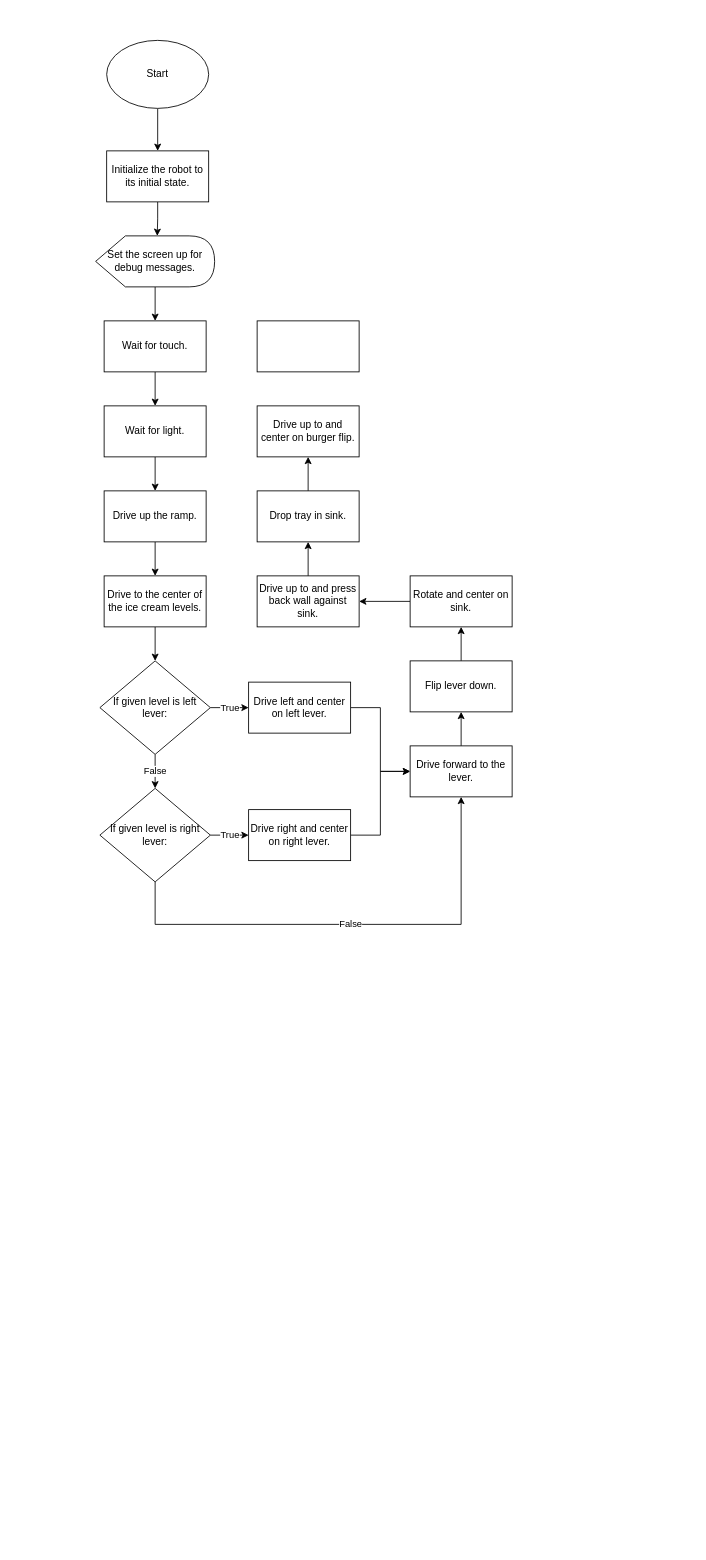
DanielRihm/FEH-Robot keeps this draw.io diagram as APP/codeRep.drawio.xml. Above is the earlier version. Source tidied: cells renumbered, new cells numbered last; positions are measured from the earlier drawing's top-left corner, leaving out a move shared by most shapes. Both pictures are drawn from the tidied source at 85%, with x=0, y=0 at pixel (95, 40).
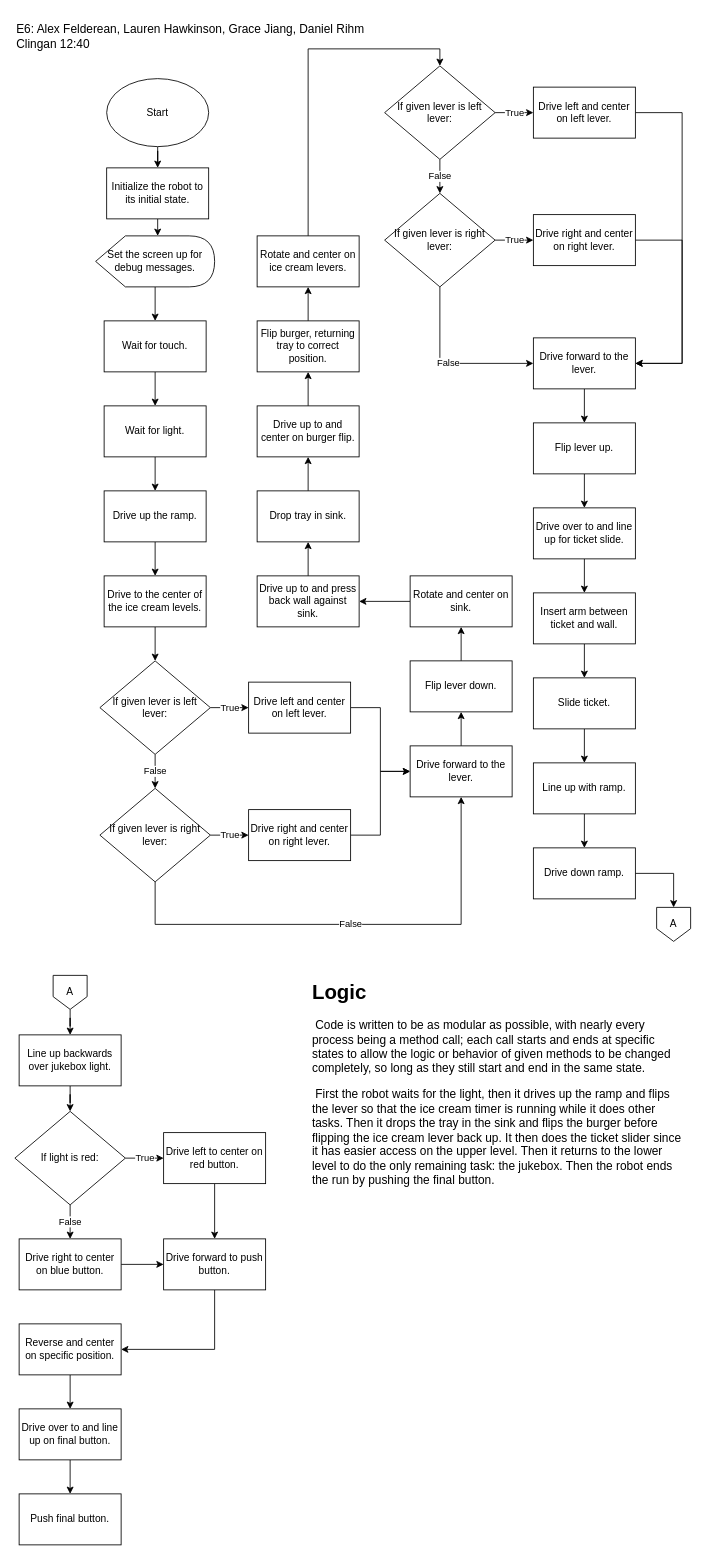
The same diagram, later.

Unchanged cells that the change refers to:
```xml
<mxCell id="36" value="Drive up to and center on burger flip." style="rounded=0;whiteSpace=wrap;html=1;" parent="1" vertex="1">
  <mxGeometry x="190" y="430" width="120" height="60" as="geometry" />
</mxCell>
```

Diff of the diagram source:
```diff
@@
     <mxCell id="3" value="Start" style="ellipse;whiteSpace=wrap;html=1;" parent="1" vertex="1">
-      <mxGeometry x="13" width="120" height="80" as="geometry" />
+      <mxGeometry x="13" y="45" width="120" height="80" as="geometry" />
     </mxCell>
@@
     <mxCell id="5" value="Initialize the robot to its initial state." style="rounded=0;whiteSpace=wrap;html=1;" parent="1" vertex="1">
-      <mxGeometry x="13" y="130" width="120" height="60" as="geometry" />
+      <mxGeometry x="13" y="150" width="120" height="60" as="geometry" />
     </mxCell>
@@
-    <mxCell id="18" value="If given level is left lever:" style="rhombus;whiteSpace=wrap;html=1;" parent="1" vertex="1">
+    <mxCell id="18" value="If given lever is left lever:" style="rhombus;whiteSpace=wrap;html=1;" parent="1" vertex="1">
       <mxGeometry x="5" y="730" width="130" height="110" as="geometry" />
     </mxCell>
@@
-    <mxCell id="21" value="If given level is right lever:" style="rhombus;whiteSpace=wrap;html=1;" parent="1" vertex="1">
+    <mxCell id="21" value="If given lever is right lever:" style="rhombus;whiteSpace=wrap;html=1;" parent="1" vertex="1">
       <mxGeometry x="5" y="880" width="130" height="110" as="geometry" />
     </mxCell>
@@
+    <mxCell id="38" style="edgeStyle=orthogonalEdgeStyle;rounded=0;jettySize=auto;html=1;entryX=0.5;entryY=1;entryDx=0;entryDy=0;" parent="1" edge="1" source="36" target="37">
+      <mxGeometry relative="1" as="geometry" />
+    </mxCell>
@@
+    <mxCell id="39" style="edgeStyle=orthogonalEdgeStyle;rounded=0;jettySize=auto;html=1;entryX=0.5;entryY=1;entryDx=0;entryDy=0;" parent="1" edge="1" source="37" target="41">
+      <mxGeometry relative="1" as="geometry" />
+    </mxCell>
-    <mxCell id="37" style="rounded=0;whiteSpace=wrap;html=1;" parent="1" vertex="1">
+    <mxCell id="37" value="Flip burger, returning tray to correct position." style="rounded=0;whiteSpace=wrap;html=1;" parent="1" vertex="1">
       <mxGeometry x="190" y="330" width="120" height="60" as="geometry" />
     </mxCell>
+    <mxCell id="40" style="edgeStyle=orthogonalEdgeStyle;rounded=0;jettySize=auto;html=1;entryX=0.5;entryY=0;entryDx=0;entryDy=0;" parent="1" edge="1" source="41" target="44">
+      <mxGeometry relative="1" as="geometry">
+        <Array as="points">
+          <mxPoint x="250" y="10" />
+          <mxPoint x="405" y="10" />
+        </Array>
+      </mxGeometry>
+    </mxCell>
+    <mxCell id="41" value="Rotate and center on ice cream levers." style="rounded=0;whiteSpace=wrap;html=1;" parent="1" vertex="1">
+      <mxGeometry x="190" y="230" width="120" height="60" as="geometry" />
+    </mxCell>
+    <mxCell id="42" value="False" style="edgeStyle=orthogonalEdgeStyle;rounded=0;jettySize=auto;html=1;entryX=0.5;entryY=0;entryDx=0;entryDy=0;" parent="1" edge="1" source="44" target="47">
+      <mxGeometry relative="1" as="geometry" />
+    </mxCell>
+    <mxCell id="43" value="True" style="edgeStyle=orthogonalEdgeStyle;rounded=0;jettySize=auto;html=1;entryX=0;entryY=0.5;entryDx=0;entryDy=0;" parent="1" edge="1" source="44" target="49">
+      <mxGeometry relative="1" as="geometry" />
+    </mxCell>
+    <mxCell id="44" value="If given lever is left lever:" style="rhombus;whiteSpace=wrap;html=1;" parent="1" vertex="1">
+      <mxGeometry x="340" y="30" width="130" height="110" as="geometry" />
+    </mxCell>
+    <mxCell id="45" value="True" style="edgeStyle=orthogonalEdgeStyle;rounded=0;jettySize=auto;html=1;entryX=0;entryY=0.5;entryDx=0;entryDy=0;" parent="1" edge="1" source="47" target="51">
+      <mxGeometry relative="1" as="geometry" />
+    </mxCell>
+    <mxCell id="46" value="False" style="edgeStyle=orthogonalEdgeStyle;rounded=0;jettySize=auto;html=1;entryX=0;entryY=0.5;entryDx=0;entryDy=0;" parent="1" edge="1" source="47" target="53">
+      <mxGeometry relative="1" as="geometry">
+        <Array as="points">
+          <mxPoint x="405" y="380" />
+        </Array>
+      </mxGeometry>
+    </mxCell>
+    <mxCell id="47" value="If given lever is right lever:" style="rhombus;whiteSpace=wrap;html=1;" parent="1" vertex="1">
+      <mxGeometry x="340" y="180" width="130" height="110" as="geometry" />
+    </mxCell>
+    <mxCell id="48" style="edgeStyle=orthogonalEdgeStyle;rounded=0;jettySize=auto;html=1;entryX=1;entryY=0.5;entryDx=0;entryDy=0;" parent="1" edge="1" source="49" target="53">
+      <mxGeometry relative="1" as="geometry">
+        <Array as="points">
+          <mxPoint x="690" y="85" />
+          <mxPoint x="690" y="380" />
+        </Array>
+      </mxGeometry>
+    </mxCell>
+    <mxCell id="49" value="Drive left and center on left lever." style="rounded=0;whiteSpace=wrap;html=1;" parent="1" vertex="1">
+      <mxGeometry x="515" y="55" width="120" height="60" as="geometry" />
+    </mxCell>
+    <mxCell id="50" style="edgeStyle=orthogonalEdgeStyle;rounded=0;jettySize=auto;html=1;entryX=1;entryY=0.5;entryDx=0;entryDy=0;" parent="1" edge="1" source="51" target="53">
+      <mxGeometry relative="1" as="geometry">
+        <Array as="points">
+          <mxPoint x="690" y="235" />
+          <mxPoint x="690" y="380" />
+        </Array>
+      </mxGeometry>
+    </mxCell>
+    <mxCell id="51" value="Drive right and center on right lever." style="rounded=0;whiteSpace=wrap;html=1;" parent="1" vertex="1">
+      <mxGeometry x="515" y="205" width="120" height="60" as="geometry" />
+    </mxCell>
+    <mxCell id="52" style="edgeStyle=orthogonalEdgeStyle;rounded=0;jettySize=auto;html=1;entryX=0.5;entryY=0;entryDx=0;entryDy=0;" parent="1" edge="1" source="53" target="55">
+      <mxGeometry relative="1" as="geometry" />
+    </mxCell>
+    <mxCell id="53" value="Drive forward to the lever." style="rounded=0;whiteSpace=wrap;html=1;" parent="1" vertex="1">
+      <mxGeometry x="515" y="350" width="120" height="60" as="geometry" />
+    </mxCell>
+    <mxCell id="54" style="edgeStyle=orthogonalEdgeStyle;rounded=0;jettySize=auto;html=1;entryX=0.5;entryY=0;entryDx=0;entryDy=0;" parent="1" edge="1" source="55" target="57">
+      <mxGeometry relative="1" as="geometry" />
+    </mxCell>
+    <mxCell id="55" value="Flip lever up." style="rounded=0;whiteSpace=wrap;html=1;" parent="1" vertex="1">
+      <mxGeometry x="515" y="450" width="120" height="60" as="geometry" />
+    </mxCell>
+    <mxCell id="56" style="edgeStyle=orthogonalEdgeStyle;rounded=0;jettySize=auto;html=1;entryX=0.5;entryY=0;entryDx=0;entryDy=0;" parent="1" edge="1" source="57" target="59">
+      <mxGeometry relative="1" as="geometry" />
+    </mxCell>
+    <mxCell id="57" value="Drive over to and line up for ticket slide." style="rounded=0;whiteSpace=wrap;html=1;" parent="1" vertex="1">
+      <mxGeometry x="515" y="550" width="120" height="60" as="geometry" />
+    </mxCell>
+    <mxCell id="58" style="edgeStyle=orthogonalEdgeStyle;rounded=0;jettySize=auto;html=1;entryX=0.5;entryY=0;entryDx=0;entryDy=0;" parent="1" edge="1" source="59" target="61">
+      <mxGeometry relative="1" as="geometry" />
+    </mxCell>
+    <mxCell id="59" value="Insert arm between ticket and wall." style="rounded=0;whiteSpace=wrap;html=1;" parent="1" vertex="1">
+      <mxGeometry x="515" y="650" width="120" height="60" as="geometry" />
+    </mxCell>
+    <mxCell id="60" style="edgeStyle=orthogonalEdgeStyle;rounded=0;jettySize=auto;html=1;entryX=0.5;entryY=0;entryDx=0;entryDy=0;" parent="1" edge="1" source="61" target="63">
+      <mxGeometry relative="1" as="geometry" />
+    </mxCell>
+    <mxCell id="61" value="Slide ticket." style="rounded=0;whiteSpace=wrap;html=1;" parent="1" vertex="1">
+      <mxGeometry x="515" y="750" width="120" height="60" as="geometry" />
+    </mxCell>
+    <mxCell id="62" style="edgeStyle=orthogonalEdgeStyle;rounded=0;jettySize=auto;html=1;entryX=0.5;entryY=0;entryDx=0;entryDy=0;" parent="1" edge="1" source="63" target="65">
+      <mxGeometry relative="1" as="geometry" />
+    </mxCell>
+    <mxCell id="63" value="Line up with ramp." style="rounded=0;whiteSpace=wrap;html=1;" parent="1" vertex="1">
+      <mxGeometry x="515" y="850" width="120" height="60" as="geometry" />
+    </mxCell>
+    <mxCell id="64" style="edgeStyle=orthogonalEdgeStyle;rounded=0;jettySize=auto;html=1;entryX=0.5;entryY=0;entryDx=0;entryDy=0;" parent="1" edge="1" source="65" target="66">
+      <mxGeometry relative="1" as="geometry" />
+    </mxCell>
+    <mxCell id="65" value="Drive down ramp." style="rounded=0;whiteSpace=wrap;html=1;" parent="1" vertex="1">
+      <mxGeometry x="515" y="950" width="120" height="60" as="geometry" />
+    </mxCell>
+    <mxCell id="66" value="A" style="shape=offPageConnector;whiteSpace=wrap;html=1;" parent="1" vertex="1">
+      <mxGeometry x="660" y="1020" width="40" height="40" as="geometry" />
+    </mxCell>
+    <mxCell id="67" style="edgeStyle=orthogonalEdgeStyle;rounded=0;jettySize=auto;html=1;entryX=0.5;entryY=0;entryDx=0;entryDy=0;" parent="1" edge="1" source="68" target="70">
+      <mxGeometry relative="1" as="geometry" />
+    </mxCell>
+    <mxCell id="68" value="A" style="shape=offPageConnector;whiteSpace=wrap;html=1;" parent="1" vertex="1">
+      <mxGeometry x="-50" y="1100" width="40" height="40" as="geometry" />
+    </mxCell>
+    <mxCell id="69" style="edgeStyle=orthogonalEdgeStyle;rounded=0;jettySize=auto;html=1;entryX=0.5;entryY=0;entryDx=0;entryDy=0;" parent="1" edge="1" source="70" target="73">
+      <mxGeometry relative="1" as="geometry" />
+    </mxCell>
+    <mxCell id="70" value="Line up backwards over jukebox light." style="rounded=0;whiteSpace=wrap;html=1;" parent="1" vertex="1">
+      <mxGeometry x="-90" y="1170" width="120" height="60" as="geometry" />
+    </mxCell>
+    <mxCell id="71" value="True" style="edgeStyle=orthogonalEdgeStyle;rounded=0;jettySize=auto;html=1;entryX=0;entryY=0.5;entryDx=0;entryDy=0;" parent="1" edge="1" source="73" target="75">
+      <mxGeometry relative="1" as="geometry" />
+    </mxCell>
+    <mxCell id="72" value="False" style="edgeStyle=orthogonalEdgeStyle;rounded=0;jettySize=auto;html=1;entryX=0.5;entryY=0;entryDx=0;entryDy=0;" parent="1" edge="1" source="73" target="77">
+      <mxGeometry relative="1" as="geometry" />
+    </mxCell>
+    <mxCell id="73" value="If light is red:" style="rhombus;whiteSpace=wrap;html=1;" parent="1" vertex="1">
+      <mxGeometry x="-95" y="1260" width="130" height="110" as="geometry" />
+    </mxCell>
+    <mxCell id="74" style="edgeStyle=orthogonalEdgeStyle;rounded=0;jettySize=auto;html=1;entryX=0.5;entryY=0;entryDx=0;entryDy=0;" parent="1" edge="1" source="75" target="79">
+      <mxGeometry relative="1" as="geometry" />
+    </mxCell>
+    <mxCell id="75" value="Drive left to center on red button." style="rounded=0;whiteSpace=wrap;html=1;" parent="1" vertex="1">
+      <mxGeometry x="80" y="1285" width="120" height="60" as="geometry" />
+    </mxCell>
+    <mxCell id="76" style="edgeStyle=orthogonalEdgeStyle;rounded=0;jettySize=auto;html=1;entryX=0;entryY=0.5;entryDx=0;entryDy=0;" parent="1" edge="1" source="77" target="79">
+      <mxGeometry relative="1" as="geometry" />
+    </mxCell>
+    <mxCell id="77" value="Drive right to center on blue button." style="rounded=0;whiteSpace=wrap;html=1;" parent="1" vertex="1">
+      <mxGeometry x="-90" y="1410" width="120" height="60" as="geometry" />
+    </mxCell>
+    <mxCell id="78" style="edgeStyle=orthogonalEdgeStyle;rounded=0;jettySize=auto;html=1;entryX=1;entryY=0.5;entryDx=0;entryDy=0;" parent="1" edge="1" source="79" target="81">
+      <mxGeometry relative="1" as="geometry">
+        <Array as="points">
+          <mxPoint x="140" y="1540" />
+        </Array>
+      </mxGeometry>
+    </mxCell>
+    <mxCell id="79" value="Drive forward to push button." style="rounded=0;whiteSpace=wrap;html=1;" parent="1" vertex="1">
+      <mxGeometry x="80" y="1410" width="120" height="60" as="geometry" />
+    </mxCell>
+    <mxCell id="80" style="edgeStyle=orthogonalEdgeStyle;rounded=0;jettySize=auto;html=1;entryX=0.5;entryY=0;entryDx=0;entryDy=0;" parent="1" edge="1" source="81" target="83">
+      <mxGeometry relative="1" as="geometry" />
+    </mxCell>
+    <mxCell id="81" value="Reverse and center on specific position." style="rounded=0;whiteSpace=wrap;html=1;" parent="1" vertex="1">
+      <mxGeometry x="-90" y="1510" width="120" height="60" as="geometry" />
+    </mxCell>
+    <mxCell id="82" style="edgeStyle=orthogonalEdgeStyle;rounded=0;jettySize=auto;html=1;entryX=0.5;entryY=0;entryDx=0;entryDy=0;" parent="1" edge="1" source="83" target="84">
+      <mxGeometry relative="1" as="geometry" />
+    </mxCell>
+    <mxCell id="83" value="Drive over to and line up on final button." style="rounded=0;whiteSpace=wrap;html=1;" parent="1" vertex="1">
+      <mxGeometry x="-90" y="1610" width="120" height="60" as="geometry" />
+    </mxCell>
+    <mxCell id="84" value="Push final button." style="rounded=0;whiteSpace=wrap;html=1;" parent="1" vertex="1">
+      <mxGeometry x="-90" y="1710" width="120" height="60" as="geometry" />
+    </mxCell>
+    <mxCell id="85" value="&lt;h1&gt;Logic&lt;/h1&gt;&lt;p style=&quot;font-size: 14px&quot;&gt;&lt;font style=&quot;font-size: 14px&quot;&gt;&lt;span style=&quot;white-space: pre&quot;&gt; &lt;/span&gt;Code is written to be as modular as possible, with nearly every process being a method call; each call starts and ends at specific states to allow the logic or behavior of given methods to be changed completely, so long as they still start and end in the same state.&lt;/font&gt;&lt;/p&gt;&lt;p style=&quot;font-size: 14px&quot;&gt;&lt;font style=&quot;font-size: 14px&quot;&gt;&lt;span style=&quot;white-space: pre&quot;&gt; &lt;/span&gt;First the robot waits for the light, then it drives up the ramp and flips the lever so that the ice cream timer is running while it does other tasks. Then it drops the tray in the sink and flips the burger before flipping the ice cream lever back up. It then does the ticket slider since it has easier access on the upper level. Then it returns to the lower level to do the only remaining task: the jukebox. Then the robot ends the run by pushing the final button.&lt;/font&gt;&lt;br&gt;&lt;/p&gt;" style="text;html=1;strokeColor=none;fillColor=none;spacing=5;spacingTop=-20;whiteSpace=wrap;overflow=hidden;rounded=0;" parent="1" vertex="1">
+      <mxGeometry x="250" y="1100" width="450" height="270" as="geometry" />
+    </mxCell>
+    <mxCell id="86" value="E6: Alex Felderean, Lauren Hawkinson,&amp;nbsp;Grace Jiang, Daniel Rihm&lt;br&gt;Clingan 12:40" style="text;html=1;strokeColor=none;fillColor=none;align=left;verticalAlign=middle;whiteSpace=wrap;rounded=0;fontSize=14;" parent="1" vertex="1">
+      <mxGeometry x="-95" y="-30" width="460" height="50" as="geometry" />
+    </mxCell>
```
